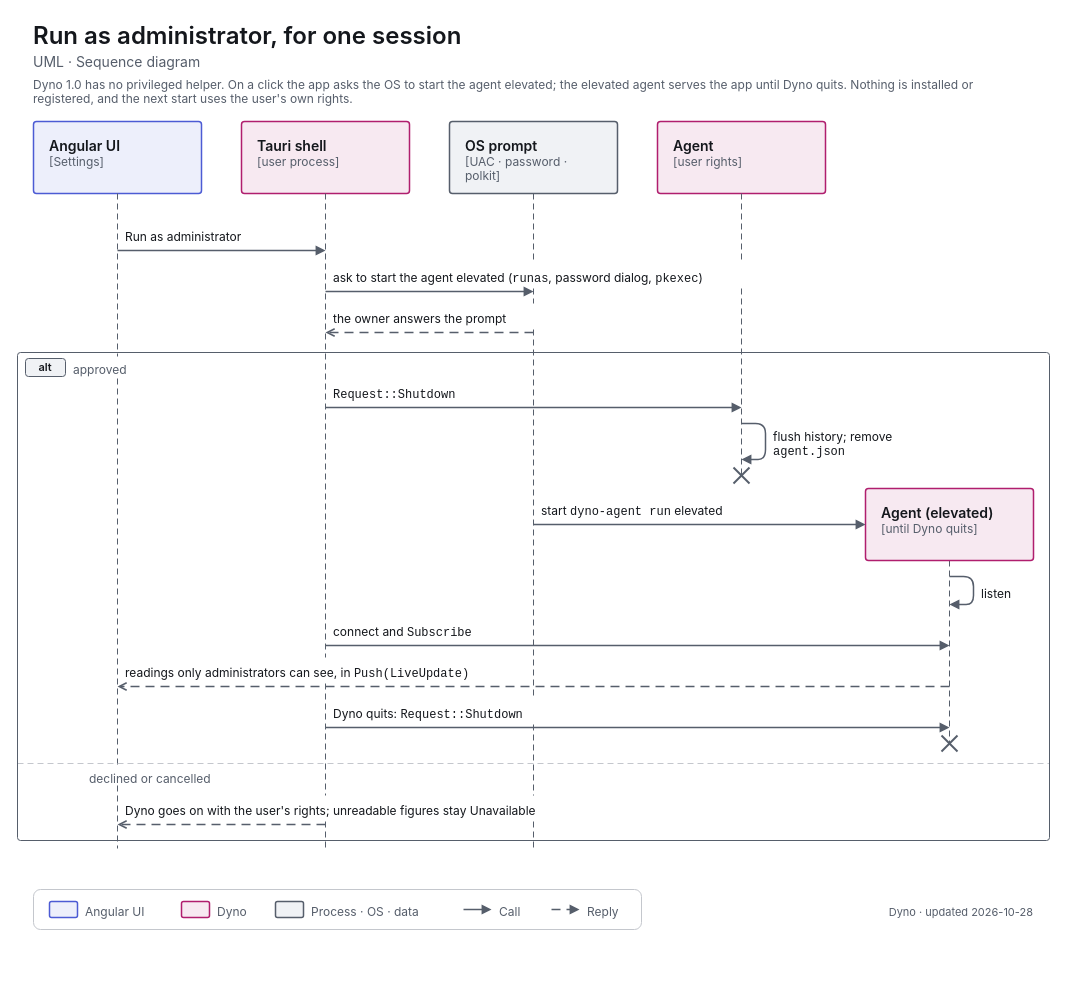
Before: apps/dyno/diagrams/uml-seq-run-as-administrator.drawio in decryp7/paddock, a draw.io diagram. Source tidied: cells renumbered, new cells numbered last; positions are measured from the earlier drawing's top-left corner, leaving out a move shared by most shapes. Both pictures are drawn from the tidied source at 100%, with x=0, y=0 at pixel (17, 17).
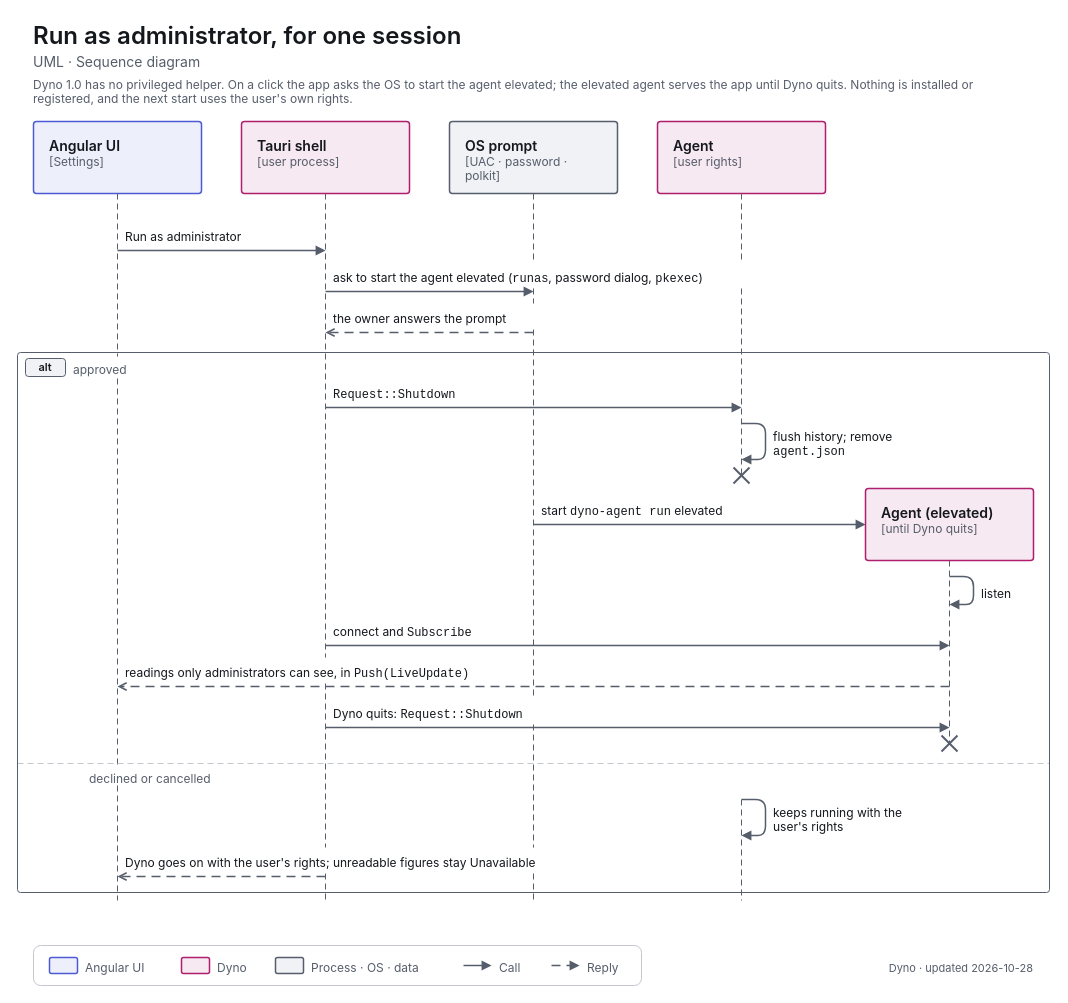
After the change.

The edit, as a diff of the source:
```diff
@@
-    <mxCell id="9" style="edgeStyle=none;rounded=1;html=1;strokeWidth=1;strokeColor=light-dark(#565E6B,#A0A7B2);endArrow=none;endFill=0;endSize=6;dashed=1;dashPattern=6 4;" parent="1" edge="1">
-      <mxGeometry relative="1" as="geometry">
-        <mxPoint x="100" y="176" as="sourcePoint" />
-        <mxPoint x="100" y="339" as="targetPoint" />
-      </mxGeometry>
-    </mxCell>
-    <mxCell id="10" style="edgeStyle=none;rounded=1;html=1;strokeWidth=1;strokeColor=light-dark(#565E6B,#A0A7B2);endArrow=none;endFill=0;endSize=6;dashed=1;dashPattern=6 4;" parent="1" edge="1">
-      <mxGeometry relative="1" as="geometry">
-        <mxPoint x="100" y="361" as="sourcePoint" />
-        <mxPoint x="100" y="750" as="targetPoint" />
-      </mxGeometry>
-    </mxCell>
     <mxCell id="11" style="edgeStyle=none;rounded=1;html=1;strokeWidth=1;strokeColor=light-dark(#565E6B,#A0A7B2);endArrow=none;endFill=0;endSize=6;dashed=1;dashPattern=6 4;" parent="1" edge="1">
       <mxGeometry relative="1" as="geometry">
-        <mxPoint x="100" y="768" as="sourcePoint" />
-        <mxPoint x="100" y="831" as="targetPoint" />
+        <mxPoint x="100" y="176" as="sourcePoint" />
+        <mxPoint x="100" y="339" as="targetPoint" />
       </mxGeometry>
     </mxCell>
     <mxCell id="12" style="edgeStyle=none;rounded=1;html=1;strokeWidth=1;strokeColor=light-dark(#565E6B,#A0A7B2);endArrow=none;endFill=0;endSize=6;dashed=1;dashPattern=6 4;" parent="1" edge="1">
       <mxGeometry relative="1" as="geometry">
-        <mxPoint x="308" y="176" as="sourcePoint" />
-        <mxPoint x="308" y="640" as="targetPoint" />
+        <mxPoint x="100" y="361" as="sourcePoint" />
+        <mxPoint x="100" y="750" as="targetPoint" />
       </mxGeometry>
     </mxCell>
     <mxCell id="13" style="edgeStyle=none;rounded=1;html=1;strokeWidth=1;strokeColor=light-dark(#565E6B,#A0A7B2);endArrow=none;endFill=0;endSize=6;dashed=1;dashPattern=6 4;" parent="1" edge="1">
       <mxGeometry relative="1" as="geometry">
-        <mxPoint x="308" y="666" as="sourcePoint" />
-        <mxPoint x="308" y="778" as="targetPoint" />
+        <mxPoint x="100" y="768" as="sourcePoint" />
+        <mxPoint x="100" y="883" as="targetPoint" />
       </mxGeometry>
     </mxCell>
     <mxCell id="14" style="edgeStyle=none;rounded=1;html=1;strokeWidth=1;strokeColor=light-dark(#565E6B,#A0A7B2);endArrow=none;endFill=0;endSize=6;dashed=1;dashPattern=6 4;" parent="1" edge="1">
       <mxGeometry relative="1" as="geometry">
-        <mxPoint x="308" y="804" as="sourcePoint" />
-        <mxPoint x="308" y="831" as="targetPoint" />
+        <mxPoint x="308" y="176" as="sourcePoint" />
+        <mxPoint x="308" y="640" as="targetPoint" />
       </mxGeometry>
     </mxCell>
     <mxCell id="15" style="edgeStyle=none;rounded=1;html=1;strokeWidth=1;strokeColor=light-dark(#565E6B,#A0A7B2);endArrow=none;endFill=0;endSize=6;dashed=1;dashPattern=6 4;" parent="1" edge="1">
       <mxGeometry relative="1" as="geometry">
-        <mxPoint x="516" y="176" as="sourcePoint" />
-        <mxPoint x="516" y="245" as="targetPoint" />
+        <mxPoint x="308" y="666" as="sourcePoint" />
+        <mxPoint x="308" y="830" as="targetPoint" />
       </mxGeometry>
     </mxCell>
     <mxCell id="16" style="edgeStyle=none;rounded=1;html=1;strokeWidth=1;strokeColor=light-dark(#565E6B,#A0A7B2);endArrow=none;endFill=0;endSize=6;dashed=1;dashPattern=6 4;" parent="1" edge="1">
       <mxGeometry relative="1" as="geometry">
-        <mxPoint x="516" y="271" as="sourcePoint" />
-        <mxPoint x="516" y="286" as="targetPoint" />
+        <mxPoint x="308" y="856" as="sourcePoint" />
+        <mxPoint x="308" y="883" as="targetPoint" />
       </mxGeometry>
     </mxCell>
     <mxCell id="17" style="edgeStyle=none;rounded=1;html=1;strokeWidth=1;strokeColor=light-dark(#565E6B,#A0A7B2);endArrow=none;endFill=0;endSize=6;dashed=1;dashPattern=6 4;" parent="1" edge="1">
       <mxGeometry relative="1" as="geometry">
-        <mxPoint x="516" y="312" as="sourcePoint" />
-        <mxPoint x="516" y="681" as="targetPoint" />
+        <mxPoint x="516" y="176" as="sourcePoint" />
+        <mxPoint x="516" y="245" as="targetPoint" />
       </mxGeometry>
     </mxCell>
     <mxCell id="18" style="edgeStyle=none;rounded=1;html=1;strokeWidth=1;strokeColor=light-dark(#565E6B,#A0A7B2);endArrow=none;endFill=0;endSize=6;dashed=1;dashPattern=6 4;" parent="1" edge="1">
       <mxGeometry relative="1" as="geometry">
-        <mxPoint x="516" y="707" as="sourcePoint" />
-        <mxPoint x="516" y="778" as="targetPoint" />
+        <mxPoint x="516" y="271" as="sourcePoint" />
+        <mxPoint x="516" y="286" as="targetPoint" />
       </mxGeometry>
     </mxCell>
     <mxCell id="19" style="edgeStyle=none;rounded=1;html=1;strokeWidth=1;strokeColor=light-dark(#565E6B,#A0A7B2);endArrow=none;endFill=0;endSize=6;dashed=1;dashPattern=6 4;" parent="1" edge="1">
       <mxGeometry relative="1" as="geometry">
-        <mxPoint x="516" y="804" as="sourcePoint" />
-        <mxPoint x="516" y="831" as="targetPoint" />
+        <mxPoint x="516" y="312" as="sourcePoint" />
+        <mxPoint x="516" y="681" as="targetPoint" />
       </mxGeometry>
     </mxCell>
     <mxCell id="20" style="edgeStyle=none;rounded=1;html=1;strokeWidth=1;strokeColor=light-dark(#565E6B,#A0A7B2);endArrow=none;endFill=0;endSize=6;dashed=1;dashPattern=6 4;" parent="1" edge="1">
       <mxGeometry relative="1" as="geometry">
-        <mxPoint x="724" y="176" as="sourcePoint" />
-        <mxPoint x="724" y="245" as="targetPoint" />
+        <mxPoint x="516" y="707" as="sourcePoint" />
+        <mxPoint x="516" y="830" as="targetPoint" />
       </mxGeometry>
     </mxCell>
     <mxCell id="21" style="edgeStyle=none;rounded=1;html=1;strokeWidth=1;strokeColor=light-dark(#565E6B,#A0A7B2);endArrow=none;endFill=0;endSize=6;dashed=1;dashPattern=6 4;" parent="1" edge="1">
       <mxGeometry relative="1" as="geometry">
-        <mxPoint x="724" y="271" as="sourcePoint" />
-        <mxPoint x="724" y="458" as="targetPoint" />
+        <mxPoint x="516" y="856" as="sourcePoint" />
+        <mxPoint x="516" y="883" as="targetPoint" />
       </mxGeometry>
     </mxCell>
     <mxCell id="22" style="edgeStyle=none;rounded=1;html=1;strokeWidth=1;strokeColor=light-dark(#565E6B,#A0A7B2);endArrow=none;endFill=0;endSize=6;dashed=1;dashPattern=6 4;" parent="1" edge="1">
       <mxGeometry relative="1" as="geometry">
-        <mxPoint x="932" y="543" as="sourcePoint" />
-        <mxPoint x="932" y="726" as="targetPoint" />
+        <mxPoint x="724" y="176" as="sourcePoint" />
+        <mxPoint x="724" y="245" as="targetPoint" />
       </mxGeometry>
     </mxCell>
+    <mxCell id="56" style="edgeStyle=none;rounded=1;html=1;strokeWidth=1;strokeColor=light-dark(#565E6B,#A0A7B2);endArrow=none;endFill=0;endSize=6;dashed=1;dashPattern=6 4;" parent="1" edge="1">
+      <mxGeometry relative="1" as="geometry">
+        <mxPoint x="724" y="271" as="sourcePoint" />
+        <mxPoint x="724" y="458" as="targetPoint" />
+      </mxGeometry>
+    </mxCell>
+    <mxCell id="57" style="edgeStyle=none;rounded=1;html=1;strokeWidth=1;strokeColor=light-dark(#565E6B,#A0A7B2);endArrow=none;endFill=0;endSize=6;dashed=1;dashPattern=6 4;" parent="1" edge="1">
+      <mxGeometry relative="1" as="geometry">
+        <mxPoint x="724" y="782" as="sourcePoint" />
+        <mxPoint x="724" y="883" as="targetPoint" />
+      </mxGeometry>
+    </mxCell>
+    <mxCell id="58" style="edgeStyle=none;rounded=1;html=1;strokeWidth=1;strokeColor=light-dark(#565E6B,#A0A7B2);endArrow=none;endFill=0;endSize=6;dashed=1;dashPattern=6 4;" parent="1" edge="1">
+      <mxGeometry relative="1" as="geometry">
+        <mxPoint x="932" y="543" as="sourcePoint" />
+        <mxPoint x="932" y="726" as="targetPoint" />
+      </mxGeometry>
+    </mxCell>
@@
-    <mxCell id="50" value="&lt;span style=&quot;font-size:12px;font-weight:400&quot;&gt;Dyno goes on with the user's rights; unreadable figures stay Unavailable&lt;/span&gt;" style="html=1;whiteSpace=wrap;fontFamily=-apple-system,BlinkMacSystemFont,Segoe UI,system-ui,sans-serif;fontSize=12;fontColor=light-dark(#14171C,#ECEEF1);text;strokeColor=none;fillColor=none;align=left;verticalAlign=top;spacing=0;fontColor=light-dark(#14171C,#ECEEF1);" parent="1" vertex="1">
-      <mxGeometry x="108" y="782" width="457" height="16" as="geometry" />
+    <mxCell id="50" style="edgeStyle=none;rounded=1;html=1;strokeWidth=1.5;strokeColor=light-dark(#565E6B,#A0A7B2);endArrow=block;endFill=1;endSize=6;" parent="1" edge="1">
+      <mxGeometry relative="1" as="geometry">
+        <mxPoint x="724" y="782" as="sourcePoint" />
+        <mxPoint x="724" y="818" as="targetPoint" />
+        <Array as="points">
+          <mxPoint x="748" y="782" />
+          <mxPoint x="748" y="818" />
+        </Array>
+      </mxGeometry>
     </mxCell>
-    <mxCell id="51" style="edgeStyle=none;rounded=1;html=1;strokeWidth=1.5;strokeColor=light-dark(#565E6B,#A0A7B2);endArrow=open;endFill=0;endSize=6;dashed=1;dashPattern=6 4;" parent="1" edge="1">
-      <mxGeometry relative="1" as="geometry">
-        <mxPoint x="308" y="807" as="sourcePoint" />
-        <mxPoint x="100" y="807" as="targetPoint" />
-      </mxGeometry>
+    <mxCell id="51" value="&lt;span style=&quot;font-size:12px;font-weight:400&quot;&gt;keeps running with the user's rights&lt;/span&gt;" style="html=1;whiteSpace=wrap;fontFamily=-apple-system,BlinkMacSystemFont,Segoe UI,system-ui,sans-serif;fontSize=12;fontColor=light-dark(#14171C,#ECEEF1);text;strokeColor=none;fillColor=none;align=left;verticalAlign=top;spacing=0;fontColor=light-dark(#14171C,#ECEEF1);" parent="1" vertex="1">
+      <mxGeometry x="756" y="784" width="150" height="32" as="geometry" />
     </mxCell>
-    <mxCell id="52" style="rounded=1;absoluteArcSize=1;arcSize=6;strokeWidth=1;strokeColor=light-dark(#565E6B,#A0A7B2);fillColor=none;" parent="1" vertex="1">
-      <mxGeometry y="335" width="1032" height="488" as="geometry" />
+    <mxCell id="52" value="&lt;span style=&quot;font-size:12px;font-weight:400&quot;&gt;Dyno goes on with the user's rights; unreadable figures stay Unavailable&lt;/span&gt;" style="html=1;whiteSpace=wrap;fontFamily=-apple-system,BlinkMacSystemFont,Segoe UI,system-ui,sans-serif;fontSize=12;fontColor=light-dark(#14171C,#ECEEF1);text;strokeColor=none;fillColor=none;align=left;verticalAlign=top;spacing=0;fontColor=light-dark(#14171C,#ECEEF1);" parent="1" vertex="1">
+      <mxGeometry x="108" y="834" width="457" height="16" as="geometry" />
     </mxCell>
-    <mxCell id="53" value="&lt;span style=&quot;font-size:11px;font-weight:600&quot;&gt;alt&lt;/span&gt;" style="html=1;whiteSpace=wrap;fontFamily=-apple-system,BlinkMacSystemFont,Segoe UI,system-ui,sans-serif;fontSize=12;fontColor=light-dark(#14171C,#ECEEF1);rounded=1;absoluteArcSize=1;arcSize=6;strokeWidth=1;strokeColor=light-dark(#565E6B,#A0A7B2);fillColor=light-dark(#F0F2F5,#1B1E23);align=center;verticalAlign=middle;spacing=0;" parent="1" vertex="1">
-      <mxGeometry x="8" y="341" width="40" height="18" as="geometry" />
+    <mxCell id="53" style="edgeStyle=none;rounded=1;html=1;strokeWidth=1.5;strokeColor=light-dark(#565E6B,#A0A7B2);endArrow=open;endFill=0;endSize=6;dashed=1;dashPattern=6 4;" parent="1" edge="1">
+      <mxGeometry relative="1" as="geometry">
+        <mxPoint x="308" y="859" as="sourcePoint" />
+        <mxPoint x="100" y="859" as="targetPoint" />
+      </mxGeometry>
     </mxCell>
-    <mxCell id="54" value="&lt;span style=&quot;font-size:12px;font-weight:400&quot;&gt;approved&lt;/span&gt;" style="html=1;whiteSpace=wrap;fontFamily=-apple-system,BlinkMacSystemFont,Segoe UI,system-ui,sans-serif;fontSize=12;fontColor=light-dark(#14171C,#ECEEF1);text;strokeColor=none;fillColor=none;align=left;verticalAlign=top;spacing=0;fontColor=light-dark(#565E6B,#A0A7B2);" parent="1" vertex="1">
-      <mxGeometry x="56" y="341" width="968" height="18" as="geometry" />
+    <mxCell id="54" style="rounded=1;absoluteArcSize=1;arcSize=6;strokeWidth=1;strokeColor=light-dark(#565E6B,#A0A7B2);fillColor=none;" parent="1" vertex="1">
+      <mxGeometry y="335" width="1032" height="540" as="geometry" />
     </mxCell>
+    <mxCell id="9" value="&lt;span style=&quot;font-size:11px;font-weight:600&quot;&gt;alt&lt;/span&gt;" style="html=1;whiteSpace=wrap;fontFamily=-apple-system,BlinkMacSystemFont,Segoe UI,system-ui,sans-serif;fontSize=12;fontColor=light-dark(#14171C,#ECEEF1);rounded=1;absoluteArcSize=1;arcSize=6;strokeWidth=1;strokeColor=light-dark(#565E6B,#A0A7B2);fillColor=light-dark(#F0F2F5,#1B1E23);align=center;verticalAlign=middle;spacing=0;" parent="1" vertex="1">
+      <mxGeometry x="8" y="341" width="40" height="18" as="geometry" />
+    </mxCell>
+    <mxCell id="10" value="&lt;span style=&quot;font-size:12px;font-weight:400&quot;&gt;approved&lt;/span&gt;" style="html=1;whiteSpace=wrap;fontFamily=-apple-system,BlinkMacSystemFont,Segoe UI,system-ui,sans-serif;fontSize=12;fontColor=light-dark(#14171C,#ECEEF1);text;strokeColor=none;fillColor=none;align=left;verticalAlign=top;spacing=0;fontColor=light-dark(#565E6B,#A0A7B2);" parent="1" vertex="1">
+      <mxGeometry x="56" y="341" width="968" height="18" as="geometry" />
+    </mxCell>
     <mxCell id="55" style="rounded=1;absoluteArcSize=1;arcSize=14;strokeWidth=1;strokeColor=light-dark(#C4C7CD,#353A42);fillColor=none;" parent="1" vertex="1">
-      <mxGeometry x="16" y="872" width="608" height="40" as="geometry" />
+      <mxGeometry x="16" y="928" width="608" height="40" as="geometry" />
     </mxCell>
-    <mxCell id="56" style="rounded=1;absoluteArcSize=1;arcSize=4;strokeWidth=1.5;strokeColor=light-dark(#4C5BD4,#8FA3FF);fillColor=light-dark(#EDEFFB,#292D3F);" parent="1" vertex="1">
-      <mxGeometry x="32" y="884" width="28" height="16" as="geometry" />
-    </mxCell>
-    <mxCell id="57" value="&lt;span style=&quot;font-size:12px;font-weight:400&quot;&gt;Angular UI&lt;/span&gt;" style="html=1;whiteSpace=wrap;fontFamily=-apple-system,BlinkMacSystemFont,Segoe UI,system-ui,sans-serif;fontSize=12;fontColor=light-dark(#14171C,#ECEEF1);text;strokeColor=none;fillColor=none;align=left;verticalAlign=top;spacing=0;fontColor=light-dark(#565E6B,#A0A7B2);" parent="1" vertex="1">
-      <mxGeometry x="68" y="883" width="72" height="18" as="geometry" />
-    </mxCell>
-    <mxCell id="58" style="rounded=1;absoluteArcSize=1;arcSize=4;strokeWidth=1.5;strokeColor=light-dark(#B01E6E,#F063A8);fillColor=light-dark(#F7E9F1,#382332);" parent="1" vertex="1">
-      <mxGeometry x="164" y="884" width="28" height="16" as="geometry" />
-    </mxCell>
-    <mxCell id="59" value="&lt;span style=&quot;font-size:12px;font-weight:400&quot;&gt;Dyno&lt;/span&gt;" style="html=1;whiteSpace=wrap;fontFamily=-apple-system,BlinkMacSystemFont,Segoe UI,system-ui,sans-serif;fontSize=12;fontColor=light-dark(#14171C,#ECEEF1);text;strokeColor=none;fillColor=none;align=left;verticalAlign=top;spacing=0;fontColor=light-dark(#565E6B,#A0A7B2);" parent="1" vertex="1">
-      <mxGeometry x="200" y="883" width="34" height="18" as="geometry" />
+    <mxCell id="59" style="rounded=1;absoluteArcSize=1;arcSize=4;strokeWidth=1.5;strokeColor=light-dark(#4C5BD4,#8FA3FF);fillColor=light-dark(#EDEFFB,#292D3F);" parent="1" vertex="1">
+      <mxGeometry x="32" y="940" width="28" height="16" as="geometry" />
     </mxCell>
-    <mxCell id="60" style="rounded=1;absoluteArcSize=1;arcSize=4;strokeWidth=1.5;strokeColor=light-dark(#565E6B,#A0A7B2);fillColor=light-dark(#F0F2F5,#1B1E23);" parent="1" vertex="1">
-      <mxGeometry x="258" y="884" width="28" height="16" as="geometry" />
+    <mxCell id="60" value="&lt;span style=&quot;font-size:12px;font-weight:400&quot;&gt;Angular UI&lt;/span&gt;" style="html=1;whiteSpace=wrap;fontFamily=-apple-system,BlinkMacSystemFont,Segoe UI,system-ui,sans-serif;fontSize=12;fontColor=light-dark(#14171C,#ECEEF1);text;strokeColor=none;fillColor=none;align=left;verticalAlign=top;spacing=0;fontColor=light-dark(#565E6B,#A0A7B2);" parent="1" vertex="1">
+      <mxGeometry x="68" y="939" width="72" height="18" as="geometry" />
     </mxCell>
-    <mxCell id="61" value="&lt;span style=&quot;font-size:12px;font-weight:400&quot;&gt;Process · OS · data&lt;/span&gt;" style="html=1;whiteSpace=wrap;fontFamily=-apple-system,BlinkMacSystemFont,Segoe UI,system-ui,sans-serif;fontSize=12;fontColor=light-dark(#14171C,#ECEEF1);text;strokeColor=none;fillColor=none;align=left;verticalAlign=top;spacing=0;fontColor=light-dark(#565E6B,#A0A7B2);" parent="1" vertex="1">
-      <mxGeometry x="294" y="883" width="128" height="18" as="geometry" />
+    <mxCell id="61" style="rounded=1;absoluteArcSize=1;arcSize=4;strokeWidth=1.5;strokeColor=light-dark(#B01E6E,#F063A8);fillColor=light-dark(#F7E9F1,#382332);" parent="1" vertex="1">
+      <mxGeometry x="164" y="940" width="28" height="16" as="geometry" />
     </mxCell>
-    <mxCell id="62" style="edgeStyle=none;rounded=1;html=1;strokeWidth=1.5;strokeColor=light-dark(#565E6B,#A0A7B2);endArrow=block;endFill=1;endSize=6;" parent="1" edge="1">
-      <mxGeometry relative="1" as="geometry">
-        <mxPoint x="446" y="892" as="sourcePoint" />
-        <mxPoint x="474" y="892" as="targetPoint" />
-      </mxGeometry>
+    <mxCell id="62" value="&lt;span style=&quot;font-size:12px;font-weight:400&quot;&gt;Dyno&lt;/span&gt;" style="html=1;whiteSpace=wrap;fontFamily=-apple-system,BlinkMacSystemFont,Segoe UI,system-ui,sans-serif;fontSize=12;fontColor=light-dark(#14171C,#ECEEF1);text;strokeColor=none;fillColor=none;align=left;verticalAlign=top;spacing=0;fontColor=light-dark(#565E6B,#A0A7B2);" parent="1" vertex="1">
+      <mxGeometry x="200" y="939" width="34" height="18" as="geometry" />
     </mxCell>
-    <mxCell id="63" value="&lt;span style=&quot;font-size:12px;font-weight:400&quot;&gt;Call&lt;/span&gt;" style="html=1;whiteSpace=wrap;fontFamily=-apple-system,BlinkMacSystemFont,Segoe UI,system-ui,sans-serif;fontSize=12;fontColor=light-dark(#14171C,#ECEEF1);text;strokeColor=none;fillColor=none;align=left;verticalAlign=top;spacing=0;fontColor=light-dark(#565E6B,#A0A7B2);" parent="1" vertex="1">
-      <mxGeometry x="482" y="883" width="28" height="18" as="geometry" />
+    <mxCell id="63" style="rounded=1;absoluteArcSize=1;arcSize=4;strokeWidth=1.5;strokeColor=light-dark(#565E6B,#A0A7B2);fillColor=light-dark(#F0F2F5,#1B1E23);" parent="1" vertex="1">
+      <mxGeometry x="258" y="940" width="28" height="16" as="geometry" />
     </mxCell>
-    <mxCell id="64" style="edgeStyle=none;rounded=1;html=1;strokeWidth=1.5;strokeColor=light-dark(#565E6B,#A0A7B2);endArrow=block;endFill=1;endSize=6;dashed=1;dashPattern=6 4;" parent="1" edge="1">
-      <mxGeometry relative="1" as="geometry">
-        <mxPoint x="534" y="892" as="sourcePoint" />
-        <mxPoint x="562" y="892" as="targetPoint" />
-      </mxGeometry>
+    <mxCell id="64" value="&lt;span style=&quot;font-size:12px;font-weight:400&quot;&gt;Process · OS · data&lt;/span&gt;" style="html=1;whiteSpace=wrap;fontFamily=-apple-system,BlinkMacSystemFont,Segoe UI,system-ui,sans-serif;fontSize=12;fontColor=light-dark(#14171C,#ECEEF1);text;strokeColor=none;fillColor=none;align=left;verticalAlign=top;spacing=0;fontColor=light-dark(#565E6B,#A0A7B2);" parent="1" vertex="1">
+      <mxGeometry x="294" y="939" width="128" height="18" as="geometry" />
     </mxCell>
-    <mxCell id="65" value="&lt;span style=&quot;font-size:12px;font-weight:400&quot;&gt;Reply&lt;/span&gt;" style="html=1;whiteSpace=wrap;fontFamily=-apple-system,BlinkMacSystemFont,Segoe UI,system-ui,sans-serif;fontSize=12;fontColor=light-dark(#14171C,#ECEEF1);text;strokeColor=none;fillColor=none;align=left;verticalAlign=top;spacing=0;fontColor=light-dark(#565E6B,#A0A7B2);" parent="1" vertex="1">
-      <mxGeometry x="570" y="883" width="38" height="18" as="geometry" />
+    <mxCell id="65" style="edgeStyle=none;rounded=1;html=1;strokeWidth=1.5;strokeColor=light-dark(#565E6B,#A0A7B2);endArrow=block;endFill=1;endSize=6;" parent="1" edge="1">
+      <mxGeometry relative="1" as="geometry">
+        <mxPoint x="446" y="948" as="sourcePoint" />
+        <mxPoint x="474" y="948" as="targetPoint" />
+      </mxGeometry>
     </mxCell>
+    <mxCell id="67" value="&lt;span style=&quot;font-size:12px;font-weight:400&quot;&gt;Call&lt;/span&gt;" style="html=1;whiteSpace=wrap;fontFamily=-apple-system,BlinkMacSystemFont,Segoe UI,system-ui,sans-serif;fontSize=12;fontColor=light-dark(#14171C,#ECEEF1);text;strokeColor=none;fillColor=none;align=left;verticalAlign=top;spacing=0;fontColor=light-dark(#565E6B,#A0A7B2);" parent="1" vertex="1">
+      <mxGeometry x="482" y="939" width="28" height="18" as="geometry" />
+    </mxCell>
+    <mxCell id="68" style="edgeStyle=none;rounded=1;html=1;strokeWidth=1.5;strokeColor=light-dark(#565E6B,#A0A7B2);endArrow=block;endFill=1;endSize=6;dashed=1;dashPattern=6 4;" parent="1" edge="1">
+      <mxGeometry relative="1" as="geometry">
+        <mxPoint x="534" y="948" as="sourcePoint" />
+        <mxPoint x="562" y="948" as="targetPoint" />
+      </mxGeometry>
+    </mxCell>
+    <mxCell id="69" value="&lt;span style=&quot;font-size:12px;font-weight:400&quot;&gt;Reply&lt;/span&gt;" style="html=1;whiteSpace=wrap;fontFamily=-apple-system,BlinkMacSystemFont,Segoe UI,system-ui,sans-serif;fontSize=12;fontColor=light-dark(#14171C,#ECEEF1);text;strokeColor=none;fillColor=none;align=left;verticalAlign=top;spacing=0;fontColor=light-dark(#565E6B,#A0A7B2);" parent="1" vertex="1">
+      <mxGeometry x="570" y="939" width="38" height="18" as="geometry" />
+    </mxCell>
     <mxCell id="66" value="&lt;span style=&quot;font-size:11px;font-weight:400&quot;&gt;Dyno · updated 2026-10-28&lt;/span&gt;" style="html=1;whiteSpace=wrap;fontFamily=-apple-system,BlinkMacSystemFont,Segoe UI,system-ui,sans-serif;fontSize=12;fontColor=light-dark(#14171C,#ECEEF1);text;strokeColor=none;fillColor=none;align=right;verticalAlign=top;spacing=0;fontColor=light-dark(#565E6B,#A0A7B2);" parent="1" vertex="1">
-      <mxGeometry x="656" y="883" width="360" height="18" as="geometry" />
+      <mxGeometry x="656" y="939" width="360" height="18" as="geometry" />
     </mxCell>
```
